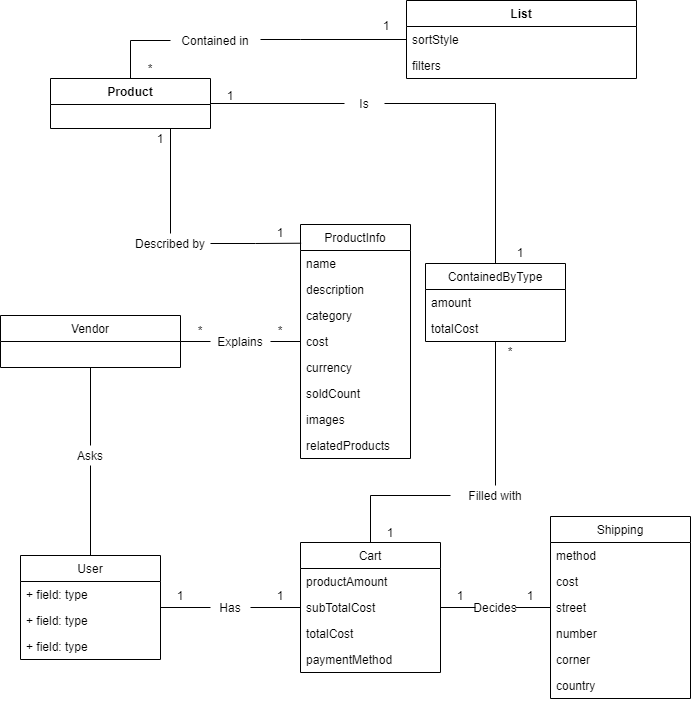
Before: Diagrama de clases Obligatorio.png, a diagram exported from draw.io (ezio815/obligatorio_jap). Source tidied: cells renumbered, new cells last; positions are measured from the earlier drawing's top-left corner, leaving out a move shared by most shapes.
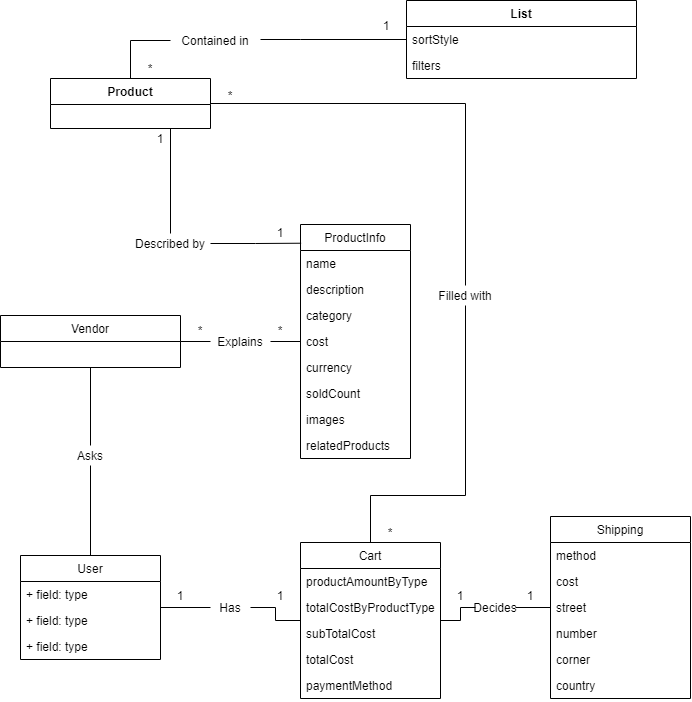
Later version of the same file.

What changed in the source:
```diff
@@ -120,19 +120,22 @@
       <mxGeometry relative="1" as="geometry" />
     </mxCell>
     <mxCell id="38" value="Cart" style="swimlane;fontStyle=0;horizontal=1;startSize=26;fillColor=none;fontSize=12;" parent="1" vertex="1">
-      <mxGeometry x="300" y="542" width="140" height="130" as="geometry" />
+      <mxGeometry x="300" y="542" width="140" height="156" as="geometry" />
     </mxCell>
-    <mxCell id="39" value="productAmount" style="text;strokeColor=none;fillColor=none;align=left;verticalAlign=top;spacingLeft=4;spacingRight=4;overflow=hidden;" parent="38" vertex="1">
+    <mxCell id="39" value="productAmountByType" style="text;strokeColor=none;fillColor=none;align=left;verticalAlign=top;spacingLeft=4;spacingRight=4;overflow=hidden;" parent="38" vertex="1">
       <mxGeometry y="26" width="140" height="26" as="geometry" />
     </mxCell>
+    <mxCell id="73" value="totalCostByProductType" style="text;strokeColor=none;fillColor=none;align=left;verticalAlign=top;spacingLeft=4;spacingRight=4;overflow=hidden;fontSize=12;" parent="38" vertex="1">
+      <mxGeometry y="52" width="140" height="26" as="geometry" />
+    </mxCell>
     <mxCell id="40" value="subTotalCost" style="text;strokeColor=none;fillColor=none;align=left;verticalAlign=top;spacingLeft=4;spacingRight=4;overflow=hidden;" parent="38" vertex="1">
-      <mxGeometry y="52" width="140" height="26" as="geometry" />
+      <mxGeometry y="78" width="140" height="26" as="geometry" />
     </mxCell>
     <mxCell id="41" value="totalCost" style="text;strokeColor=none;fillColor=none;align=left;verticalAlign=top;spacingLeft=4;spacingRight=4;overflow=hidden;fontSize=12;" parent="38" vertex="1">
-      <mxGeometry y="78" width="140" height="26" as="geometry" />
+      <mxGeometry y="104" width="140" height="26" as="geometry" />
     </mxCell>
     <mxCell id="42" value="paymentMethod" style="text;strokeColor=none;fillColor=none;align=left;verticalAlign=top;spacingLeft=4;spacingRight=4;overflow=hidden;fontSize=12;" parent="38" vertex="1">
-      <mxGeometry y="104" width="140" height="26" as="geometry" />
+      <mxGeometry y="130" width="140" height="26" as="geometry" />
     </mxCell>
     <mxCell id="43" style="edgeStyle=orthogonalEdgeStyle;rounded=0;jettySize=auto;html=1;fontSize=12;endArrow=none;endFill=0;strokeColor=#000000;" parent="1" edge="1" source="45" target="38">
       <mxGeometry relative="1" as="geometry" />
@@ -143,11 +146,15 @@
     <mxCell id="45" value="Has" style="text;html=1;strokeColor=none;fillColor=none;align=center;verticalAlign=middle;whiteSpace=wrap;rounded=0;fontSize=12;" parent="1" vertex="1">
       <mxGeometry x="210" y="597" width="40" height="20" as="geometry" />
     </mxCell>
-    <mxCell id="46" style="edgeStyle=orthogonalEdgeStyle;rounded=0;jettySize=auto;html=1;fontSize=12;endArrow=none;endFill=0;strokeColor=#000000;" parent="1" edge="1" source="47" target="50">
-      <mxGeometry relative="1" as="geometry" />
-    </mxCell>
+    <mxCell id="74" style="edgeStyle=orthogonalEdgeStyle;rounded=0;jettySize=auto;html=1;fontSize=12;endArrow=none;endFill=0;strokeColor=#000000;exitX=0.5;exitY=0;exitDx=0;exitDy=0;" parent="1" edge="1" source="47" target="3">
+      <mxGeometry relative="1" as="geometry">
+        <Array as="points">
+          <mxPoint x="465" y="103" />
+        </Array>
+      </mxGeometry>
+    </mxCell>
     <mxCell id="47" value="Filled with" style="text;html=1;strokeColor=none;fillColor=none;align=center;verticalAlign=middle;whiteSpace=wrap;rounded=0;fontSize=12;" parent="1" vertex="1">
-      <mxGeometry x="450" y="485" width="90" height="20" as="geometry" />
+      <mxGeometry x="420" y="285" width="90" height="20" as="geometry" />
     </mxCell>
     <mxCell id="48" style="edgeStyle=orthogonalEdgeStyle;rounded=0;jettySize=auto;html=1;fontSize=12;endArrow=none;endFill=0;strokeColor=#000000;exitX=0.5;exitY=0;exitDx=0;exitDy=0;" parent="1" edge="1" source="38" target="47">
       <mxGeometry relative="1" as="geometry">
@@ -156,28 +163,6 @@
         </Array>
       </mxGeometry>
     </mxCell>
-    <mxCell id="49" style="edgeStyle=orthogonalEdgeStyle;rounded=0;jettySize=auto;html=1;fontSize=12;endArrow=none;endFill=0;strokeColor=#000000;exitX=0;exitY=0.5;exitDx=0;exitDy=0;startArrow=none;" parent="1" edge="1" source="53" target="3">
-      <mxGeometry relative="1" as="geometry" />
-    </mxCell>
-    <mxCell id="50" value="ContainedByType" style="swimlane;fontStyle=0;horizontal=1;startSize=26;fillColor=none;fontSize=12;" parent="1" vertex="1">
-      <mxGeometry x="425" y="263" width="140" height="78" as="geometry" />
-    </mxCell>
-    <mxCell id="51" value="amount" style="text;strokeColor=none;fillColor=none;align=left;verticalAlign=top;spacingLeft=4;spacingRight=4;overflow=hidden;" parent="50" vertex="1">
-      <mxGeometry y="26" width="140" height="26" as="geometry" />
-    </mxCell>
-    <mxCell id="52" value="totalCost" style="text;strokeColor=none;fillColor=none;align=left;verticalAlign=top;spacingLeft=4;spacingRight=4;overflow=hidden;" parent="50" vertex="1">
-      <mxGeometry y="52" width="140" height="26" as="geometry" />
-    </mxCell>
-    <mxCell id="53" value="Is" style="text;html=1;strokeColor=none;fillColor=none;align=center;verticalAlign=middle;whiteSpace=wrap;rounded=0;fontSize=12;" parent="1" vertex="1">
-      <mxGeometry x="344" y="93" width="40" height="20" as="geometry" />
-    </mxCell>
-    <mxCell id="54" style="edgeStyle=orthogonalEdgeStyle;rounded=0;jettySize=auto;html=1;fontSize=12;endArrow=none;endFill=0;strokeColor=#000000;exitX=0.5;exitY=0;exitDx=0;exitDy=0;" parent="1" edge="1" source="50" target="53">
-      <mxGeometry relative="1" as="geometry">
-        <Array as="points">
-          <mxPoint x="495" y="103" />
-        </Array>
-      </mxGeometry>
-    </mxCell>
     <mxCell id="55" value="Shipping" style="swimlane;fontStyle=0;horizontal=1;startSize=26;fillColor=none;fontSize=12;" parent="1" vertex="1">
       <mxGeometry x="550" y="516" width="140" height="182" as="geometry" />
     </mxCell>
@@ -208,10 +193,7 @@
     <mxCell id="64" style="edgeStyle=orthogonalEdgeStyle;rounded=0;jettySize=auto;html=1;fontSize=12;endArrow=none;endFill=0;strokeColor=#000000;" parent="1" edge="1" source="38" target="63">
       <mxGeometry relative="1" as="geometry" />
     </mxCell>
-    <mxCell id="65" value="*" style="text;html=1;strokeColor=none;fillColor=none;align=center;verticalAlign=middle;whiteSpace=wrap;rounded=0;fontSize=12;" parent="1" vertex="1">
-      <mxGeometry x="490" y="341" width="40" height="20" as="geometry" />
-    </mxCell>
-    <mxCell id="66" value="1" style="text;html=1;strokeColor=none;fillColor=none;align=center;verticalAlign=middle;whiteSpace=wrap;rounded=0;fontSize=12;" parent="1" vertex="1">
+    <mxCell id="66" value="*" style="text;html=1;strokeColor=none;fillColor=none;align=center;verticalAlign=middle;whiteSpace=wrap;rounded=0;fontSize=12;" parent="1" vertex="1">
       <mxGeometry x="370" y="522" width="40" height="20" as="geometry" />
     </mxCell>
     <mxCell id="67" value="1" style="text;html=1;strokeColor=none;fillColor=none;align=center;verticalAlign=middle;whiteSpace=wrap;rounded=0;fontSize=12;" parent="1" vertex="1">
@@ -226,11 +208,8 @@
     <mxCell id="70" value="1" style="text;html=1;strokeColor=none;fillColor=none;align=center;verticalAlign=middle;whiteSpace=wrap;rounded=0;fontSize=12;" parent="1" vertex="1">
       <mxGeometry x="260" y="585" width="40" height="20" as="geometry" />
     </mxCell>
-    <mxCell id="71" value="1" style="text;html=1;strokeColor=none;fillColor=none;align=center;verticalAlign=middle;whiteSpace=wrap;rounded=0;fontSize=12;" parent="1" vertex="1">
-      <mxGeometry x="210" y="85" width="40" height="20" as="geometry" />
-    </mxCell>
-    <mxCell id="72" value="1" style="text;html=1;strokeColor=none;fillColor=none;align=center;verticalAlign=middle;whiteSpace=wrap;rounded=0;fontSize=12;" parent="1" vertex="1">
-      <mxGeometry x="500" y="242" width="40" height="20" as="geometry" />
-    </mxCell>
+    <mxCell id="65" value="*" style="text;html=1;strokeColor=none;fillColor=none;align=center;verticalAlign=middle;whiteSpace=wrap;rounded=0;fontSize=12;" parent="1" vertex="1">
+      <mxGeometry x="210" y="85" width="40" height="20" as="geometry" />
+    </mxCell>
   </root>
 </mxGraphModel>
```
